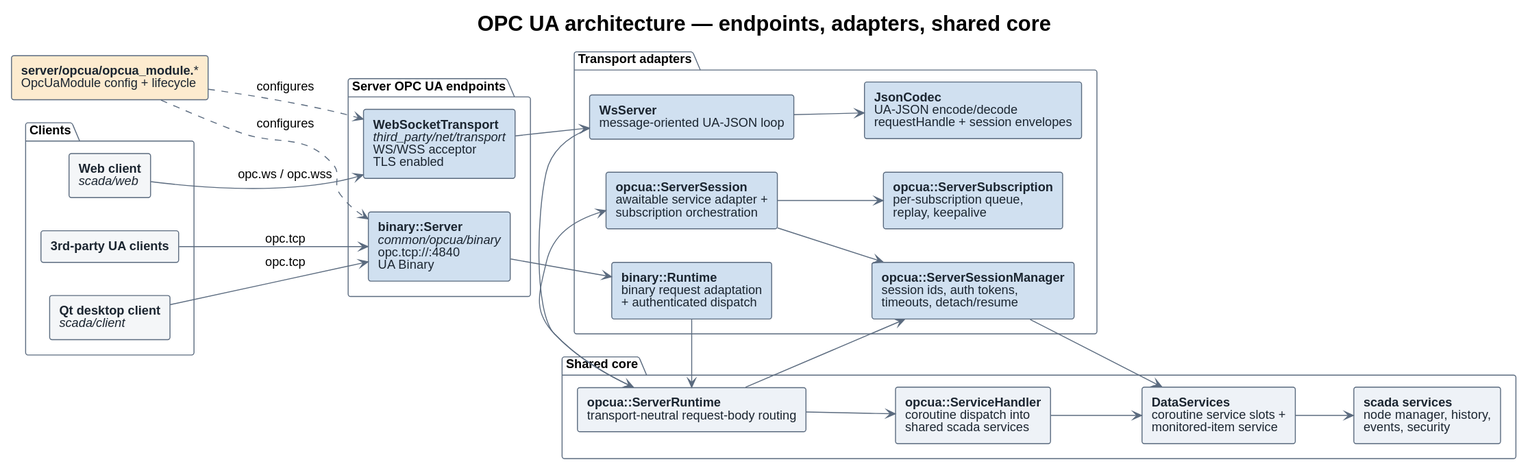
Before: docs/diagrams/opcua_architecture.svg, a diagram exported from PlantUML (alexsmn/scada-common).
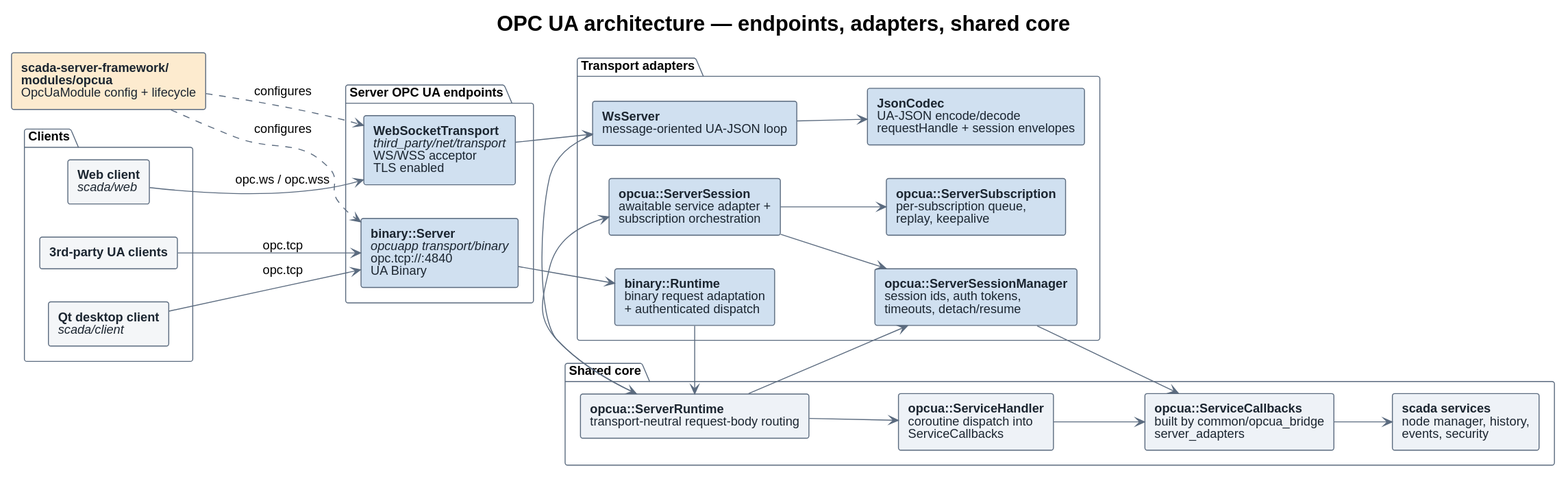
Later version of the same file.

Commit message:
docs(opcua): point the OPC UA design doc at where the code actually lives

Diff of the diagram source:
```diff
@@ -12,7 +12,7 @@
 }
 
 package "Server OPC UA endpoints" as Endpoints {
-  rectangle "**binary::Server**\n//common/opcua/binary//\nopc.tcp://:4840\nUA Binary" as TCP $tier
+  rectangle "**binary::Server**\n//opcuapp transport/binary//\nopc.tcp://:4840\nUA Binary" as TCP $tier
   rectangle "**WebSocketTransport**\n//third_party/net/transport//\nWS/WSS acceptor\nTLS enabled" as WSSOCK $tier
 }
 
@@ -27,12 +27,12 @@
 
 package "Shared core" as Core {
   rectangle "**opcua::ServerRuntime**\ntransport-neutral request-body routing" as RT $neutral
-  rectangle "**opcua::ServiceHandler**\ncoroutine dispatch into\nshared scada services" as HANDLER $neutral
-  rectangle "**DataServices**\ncoroutine service slots +\nmonitored-item service" as CTX $neutral
+  rectangle "**opcua::ServiceHandler**\ncoroutine dispatch into\nServiceCallbacks" as HANDLER $neutral
+  rectangle "**opcua::ServiceCallbacks**\nbuilt by common/opcua_bridge\nserver_adapters" as CTX $neutral
   rectangle "**scada services**\nnode manager, history,\nevents, security" as SVC $neutral
 }
 
-rectangle "**server/opcua/opcua_module.***\nOpcUaModule config + lifecycle" as MOD $config
+rectangle "**scada~-server~-framework/**\n**modules/opcua**\nOpcUaModule config + lifecycle" as MOD $config
 
 QT --> TCP : opc.tcp
 NATIVE --> TCP : opc.tcp
```
